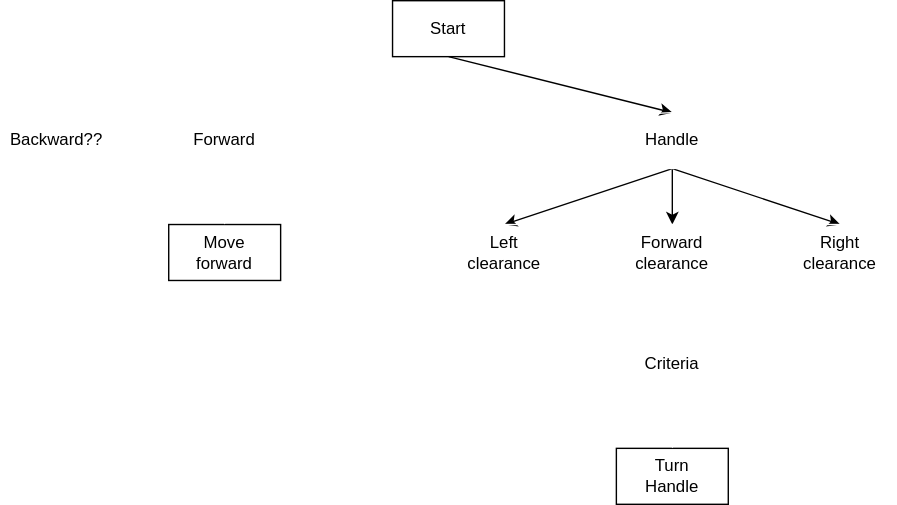
Before: toyota.drawio.svg, a diagram exported from draw.io (jizots/AI_minicar). Source tidied: cells renumbered, new cells last; positions are measured from the earlier drawing's top-left corner, leaving out a move shared by most shapes. The source it was exported from:
```xml
<mxGraphModel>
  <root>
    <mxCell id="0" />
    <mxCell id="1" parent="0" />
    <mxCell id="2" style="edgeStyle=none;html=1;exitX=0.5;exitY=1;exitDx=0;exitDy=0;entryX=0.5;entryY=0;entryDx=0;entryDy=0;" parent="1" edge="1" source="19" target="15">
      <mxGeometry relative="1" as="geometry" />
    </mxCell>
    <mxCell id="3" style="edgeStyle=none;html=1;exitX=0.5;exitY=1;exitDx=0;exitDy=0;entryX=0.5;entryY=0;entryDx=0;entryDy=0;" parent="1" edge="1" source="19" target="11">
      <mxGeometry relative="1" as="geometry" />
    </mxCell>
    <mxCell id="4" style="edgeStyle=none;html=1;exitX=0.5;exitY=1;exitDx=0;exitDy=0;entryX=0.5;entryY=0;entryDx=0;entryDy=0;" parent="1" edge="1" source="19" target="13">
      <mxGeometry relative="1" as="geometry" />
    </mxCell>
    <mxCell id="5" value="Move&lt;br&gt;forward" style="whiteSpace=wrap;html=1;" parent="1" vertex="1">
      <mxGeometry x="120" y="160" width="80" height="40" as="geometry" />
    </mxCell>
    <mxCell id="6" style="edgeStyle=none;html=1;exitX=0.5;exitY=1;exitDx=0;exitDy=0;entryX=0.5;entryY=0;entryDx=0;entryDy=0;" parent="1" edge="1" source="9" target="19">
      <mxGeometry relative="1" as="geometry" />
    </mxCell>
    <mxCell id="7" style="edgeStyle=none;html=1;exitX=0.5;exitY=1;exitDx=0;exitDy=0;entryX=0.5;entryY=0;entryDx=0;entryDy=0;strokeColor=#FFFFFF;" parent="1" edge="1" source="9" target="21">
      <mxGeometry relative="1" as="geometry" />
    </mxCell>
    <mxCell id="8" style="edgeStyle=none;html=1;entryX=0.5;entryY=0;entryDx=0;entryDy=0;strokeColor=#FFFFFF;exitX=0.5;exitY=1;exitDx=0;exitDy=0;" parent="1" edge="1" source="9" target="22">
      <mxGeometry relative="1" as="geometry" />
    </mxCell>
    <mxCell id="9" value="Start" style="whiteSpace=wrap;html=1;" parent="1" vertex="1">
      <mxGeometry x="280" width="80" height="40" as="geometry" />
    </mxCell>
    <mxCell id="10" style="edgeStyle=none;html=1;entryX=0.5;entryY=0;entryDx=0;entryDy=0;strokeColor=#FFFFFF;" parent="1" edge="1" source="11" target="18">
      <mxGeometry relative="1" as="geometry" />
    </mxCell>
    <mxCell id="11" value="Right&lt;br&gt;clearance" style="whiteSpace=wrap;html=1;strokeColor=#FFFFFF;fillColor=none;" parent="1" vertex="1">
      <mxGeometry x="560" y="160" width="80" height="40" as="geometry" />
    </mxCell>
    <mxCell id="12" style="edgeStyle=none;html=1;exitX=0.5;exitY=1;exitDx=0;exitDy=0;entryX=0.5;entryY=0;entryDx=0;entryDy=0;strokeColor=#FFFFFF;" parent="1" edge="1" source="13" target="18">
      <mxGeometry relative="1" as="geometry" />
    </mxCell>
    <mxCell id="13" value="Forward&lt;br&gt;clearance" style="whiteSpace=wrap;html=1;strokeColor=#FFFFFF;fillColor=none;" parent="1" vertex="1">
      <mxGeometry x="440" y="160" width="80" height="40" as="geometry" />
    </mxCell>
    <mxCell id="14" style="edgeStyle=none;html=1;exitX=0.5;exitY=1;exitDx=0;exitDy=0;entryX=0.5;entryY=0;entryDx=0;entryDy=0;strokeColor=#FFFFFF;" parent="1" edge="1" source="15" target="18">
      <mxGeometry relative="1" as="geometry" />
    </mxCell>
    <mxCell id="15" value="Left&lt;br&gt;clearance" style="whiteSpace=wrap;html=1;strokeColor=#FFFFFF;fillColor=none;" parent="1" vertex="1">
      <mxGeometry x="320" y="160" width="80" height="40" as="geometry" />
    </mxCell>
    <mxCell id="16" value="Turn&lt;br&gt;Handle" style="whiteSpace=wrap;html=1;" parent="1" vertex="1">
      <mxGeometry x="440" y="320" width="80" height="40" as="geometry" />
    </mxCell>
    <mxCell id="17" style="edgeStyle=none;html=1;exitX=0.5;exitY=1;exitDx=0;exitDy=0;entryX=0.5;entryY=0;entryDx=0;entryDy=0;strokeColor=#FFFFFF;" parent="1" edge="1" source="18" target="16">
      <mxGeometry relative="1" as="geometry" />
    </mxCell>
    <mxCell id="18" value="Criteria" style="whiteSpace=wrap;html=1;strokeColor=#FFFFFF;fillColor=none;" parent="1" vertex="1">
      <mxGeometry x="440" y="240" width="80" height="40" as="geometry" />
    </mxCell>
    <mxCell id="19" value="Handle" style="ellipse;whiteSpace=wrap;html=1;strokeColor=#FFFFFF;fillColor=none;" parent="1" vertex="1">
      <mxGeometry x="440" y="80" width="80" height="40" as="geometry" />
    </mxCell>
    <mxCell id="20" style="edgeStyle=none;html=1;exitX=0.5;exitY=1;exitDx=0;exitDy=0;entryX=0.5;entryY=0;entryDx=0;entryDy=0;strokeColor=#FFFFFF;" parent="1" edge="1" source="21" target="5">
      <mxGeometry relative="1" as="geometry" />
    </mxCell>
    <mxCell id="21" value="Forward" style="ellipse;whiteSpace=wrap;html=1;strokeColor=#FFFFFF;fillColor=none;" parent="1" vertex="1">
      <mxGeometry x="120" y="80" width="80" height="40" as="geometry" />
    </mxCell>
    <mxCell id="22" value="Backward??" style="ellipse;whiteSpace=wrap;html=1;strokeColor=#FFFFFF;fillColor=none;" parent="1" vertex="1">
      <mxGeometry y="80" width="80" height="40" as="geometry" />
    </mxCell>
  </root>
</mxGraphModel>
```
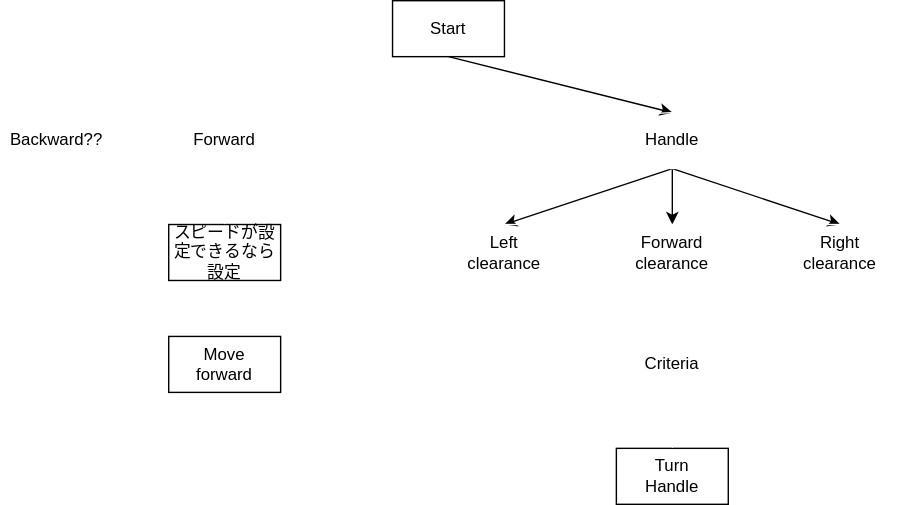
Above is the later version.

Diff of the diagram source:
```diff
@@ -11,7 +11,10 @@
     <mxCell id="4" style="edgeStyle=none;html=1;exitX=0.5;exitY=1;exitDx=0;exitDy=0;entryX=0.5;entryY=0;entryDx=0;entryDy=0;" parent="1" edge="1" source="19" target="13">
       <mxGeometry relative="1" as="geometry" />
     </mxCell>
+    <mxCell id="23" style="edgeStyle=none;html=1;exitX=0.5;exitY=1;exitDx=0;exitDy=0;entryX=0.5;entryY=0;entryDx=0;entryDy=0;strokeColor=#FFFFFF;" parent="1" edge="1" source="5" target="24">
+      <mxGeometry relative="1" as="geometry" />
+    </mxCell>
-    <mxCell id="5" value="Move&lt;br&gt;forward" style="whiteSpace=wrap;html=1;" parent="1" vertex="1">
+    <mxCell id="5" value="スピードが設定できるなら設定" style="whiteSpace=wrap;html=1;" parent="1" vertex="1">
       <mxGeometry x="120" y="160" width="80" height="40" as="geometry" />
     </mxCell>
     <mxCell id="6" style="edgeStyle=none;html=1;exitX=0.5;exitY=1;exitDx=0;exitDy=0;entryX=0.5;entryY=0;entryDx=0;entryDy=0;" parent="1" edge="1" source="9" target="19">
@@ -65,5 +68,8 @@
     <mxCell id="22" value="Backward??" style="ellipse;whiteSpace=wrap;html=1;strokeColor=#FFFFFF;fillColor=none;" parent="1" vertex="1">
       <mxGeometry y="80" width="80" height="40" as="geometry" />
     </mxCell>
+    <mxCell id="24" value="Move&lt;br&gt;forward" style="whiteSpace=wrap;html=1;" parent="1" vertex="1">
+      <mxGeometry x="120" y="240" width="80" height="40" as="geometry" />
+    </mxCell>
   </root>
 </mxGraphModel>
```
